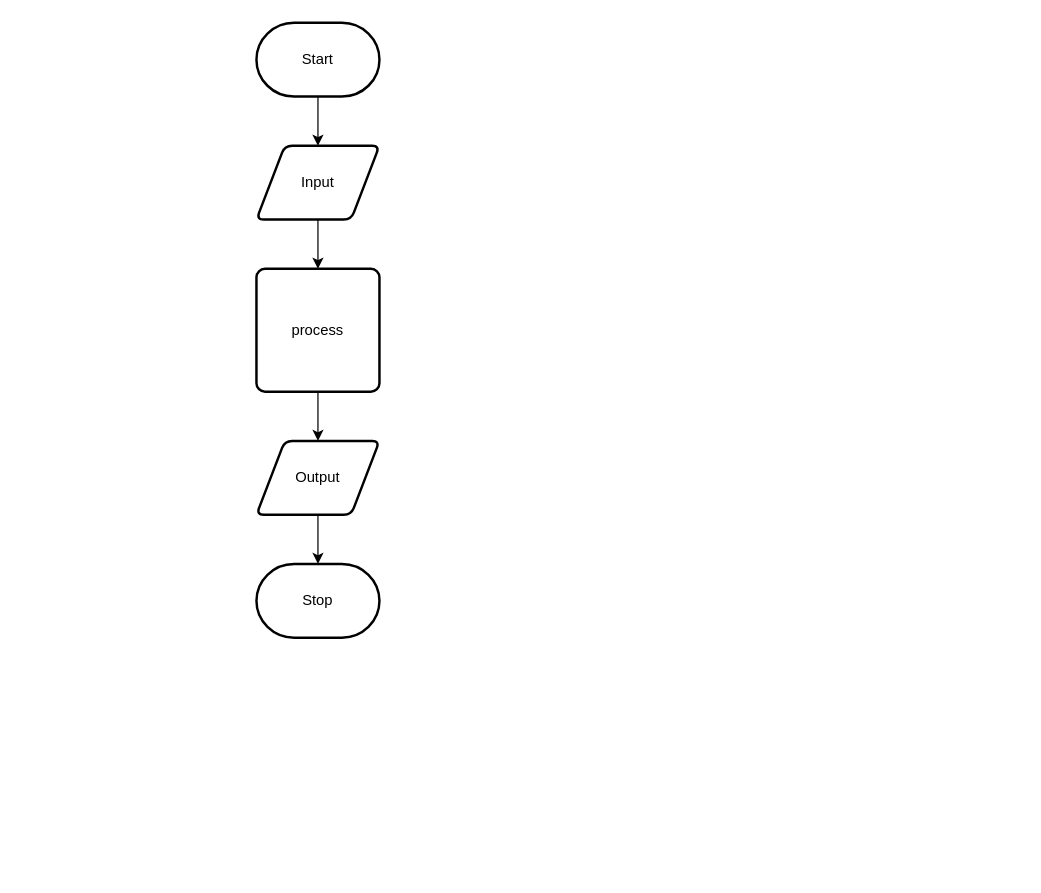
Before: design/flow-chart.drawio in Claire-Bedrossian/ICS2O-Unit5-04-JS, a draw.io diagram. Source tidied: cells renumbered, new cells numbered last; positions are measured from the earlier drawing's top-left corner, leaving out a move shared by most shapes. Both pictures are drawn from the tidied source at 123%, with x=0, y=0 at pixel (256, 22).
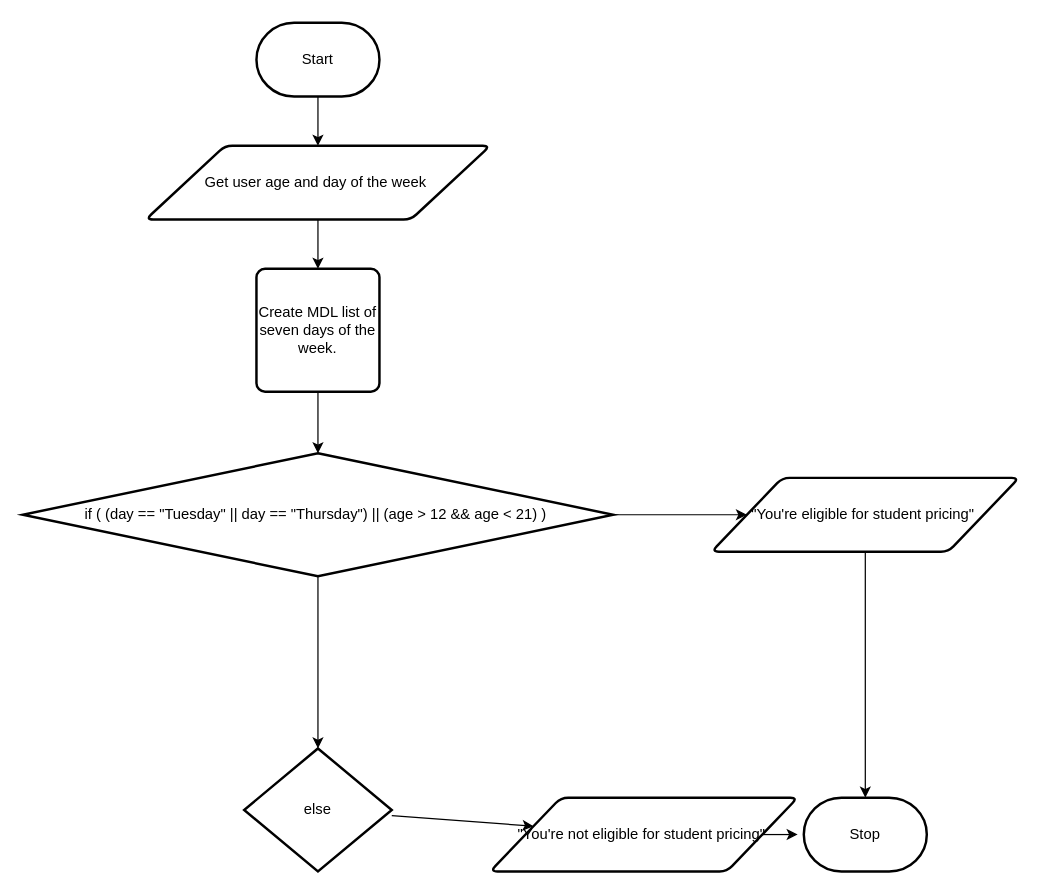
The same diagram, later.

The edit, as a diff of the source:
```diff
@@
 <mxGraphModel>
   <root>
     <mxCell id="0" />
     <mxCell id="1" parent="0" />
     <mxCell id="2" style="edgeStyle=none;html=1;" parent="1" edge="1" source="3" target="5">
       <mxGeometry relative="1" as="geometry" />
     </mxCell>
     <mxCell id="3" value="Start" style="strokeWidth=2;html=1;shape=mxgraph.flowchart.terminator;whiteSpace=wrap;" parent="1" vertex="1">
       <mxGeometry width="100" height="60" as="geometry" />
     </mxCell>
     <mxCell id="4" style="edgeStyle=none;html=1;" parent="1" edge="1" source="5" target="7">
       <mxGeometry relative="1" as="geometry" />
     </mxCell>
-    <mxCell id="5" value="Input" style="shape=parallelogram;html=1;strokeWidth=2;perimeter=parallelogramPerimeter;whiteSpace=wrap;rounded=1;arcSize=12;size=0.23;" parent="1" vertex="1">
-      <mxGeometry y="100" width="100" height="60" as="geometry" />
+    <mxCell id="5" value="Get user age and day of the week&amp;nbsp;" style="shape=parallelogram;html=1;strokeWidth=2;perimeter=parallelogramPerimeter;whiteSpace=wrap;rounded=1;arcSize=12;size=0.23;" parent="1" vertex="1">
+      <mxGeometry x="-90" y="100" width="280" height="60" as="geometry" />
     </mxCell>
-    <mxCell id="6" style="edgeStyle=none;html=1;" parent="1" edge="1" source="7" target="9">
-      <mxGeometry relative="1" as="geometry" />
+    <mxCell id="6" style="edgeStyle=none;html=1;" parent="1" edge="1" source="7">
+      <mxGeometry relative="1" as="geometry">
+        <mxPoint x="50" y="350" as="targetPoint" />
+      </mxGeometry>
     </mxCell>
-    <mxCell id="7" value="process" style="rounded=1;whiteSpace=wrap;html=1;absoluteArcSize=1;arcSize=14;strokeWidth=2;" parent="1" vertex="1">
+    <mxCell id="7" value="Create MDL list of seven days of the week." style="rounded=1;whiteSpace=wrap;html=1;absoluteArcSize=1;arcSize=14;strokeWidth=2;" parent="1" vertex="1">
       <mxGeometry y="200" width="100" height="100" as="geometry" />
     </mxCell>
     <mxCell id="8" style="edgeStyle=none;html=1;" parent="1" edge="1" source="9" target="10">
       <mxGeometry relative="1" as="geometry" />
     </mxCell>
+    <mxCell id="11" style="edgeStyle=none;html=1;entryX=0;entryY=0.5;entryDx=0;entryDy=0;exitX=1;exitY=0.5;exitDx=0;exitDy=0;exitPerimeter=0;" parent="1" edge="1" source="13" target="9">
+      <mxGeometry relative="1" as="geometry" />
+    </mxCell>
-    <mxCell id="9" value="Output" style="shape=parallelogram;html=1;strokeWidth=2;perimeter=parallelogramPerimeter;whiteSpace=wrap;rounded=1;arcSize=12;size=0.23;" parent="1" vertex="1">
-      <mxGeometry y="340" width="100" height="60" as="geometry" />
+    <mxCell id="9" value="&quot;You're eligible for student pricing&quot;&amp;nbsp;" style="shape=parallelogram;html=1;strokeWidth=2;perimeter=parallelogramPerimeter;whiteSpace=wrap;rounded=1;arcSize=12;size=0.23;" parent="1" vertex="1">
+      <mxGeometry x="370" y="370" width="250" height="60" as="geometry" />
     </mxCell>
     <mxCell id="10" value="Stop" style="strokeWidth=2;html=1;shape=mxgraph.flowchart.terminator;whiteSpace=wrap;" parent="1" vertex="1">
-      <mxGeometry y="440" width="100" height="60" as="geometry" />
+      <mxGeometry x="445" y="630" width="100" height="60" as="geometry" />
     </mxCell>
+    <mxCell id="12" style="edgeStyle=none;html=1;exitX=0.5;exitY=1;exitDx=0;exitDy=0;exitPerimeter=0;entryX=0.5;entryY=0;entryDx=0;entryDy=0;entryPerimeter=0;" parent="1" edge="1" source="13" target="17">
+      <mxGeometry relative="1" as="geometry" />
+    </mxCell>
+    <mxCell id="13" value="if ( (day == &quot;Tuesday&quot; || day == &quot;Thursday&quot;) || (age &amp;gt; 12 &amp;amp;&amp;amp; age &amp;lt; 21) )&amp;nbsp;" style="strokeWidth=2;html=1;shape=mxgraph.flowchart.decision;whiteSpace=wrap;" parent="1" vertex="1">
+      <mxGeometry x="-190" y="350" width="480" height="100" as="geometry" />
+    </mxCell>
+    <mxCell id="14" style="edgeStyle=none;html=1;" parent="1" edge="1" source="15">
+      <mxGeometry relative="1" as="geometry">
+        <mxPoint x="440" y="660" as="targetPoint" />
+      </mxGeometry>
+    </mxCell>
+    <mxCell id="15" value="&quot;You're not eligible for student pricing&quot;&amp;nbsp;" style="shape=parallelogram;html=1;strokeWidth=2;perimeter=parallelogramPerimeter;whiteSpace=wrap;rounded=1;arcSize=12;size=0.23;" parent="1" vertex="1">
+      <mxGeometry x="190" y="630" width="250" height="60" as="geometry" />
+    </mxCell>
+    <mxCell id="16" style="edgeStyle=none;html=1;" parent="1" edge="1" source="17" target="15">
+      <mxGeometry relative="1" as="geometry" />
+    </mxCell>
+    <mxCell id="17" value="else" style="strokeWidth=2;html=1;shape=mxgraph.flowchart.decision;whiteSpace=wrap;" parent="1" vertex="1">
+      <mxGeometry x="-10" y="590" width="120" height="100" as="geometry" />
+    </mxCell>
   </root>
 </mxGraphModel>
```
